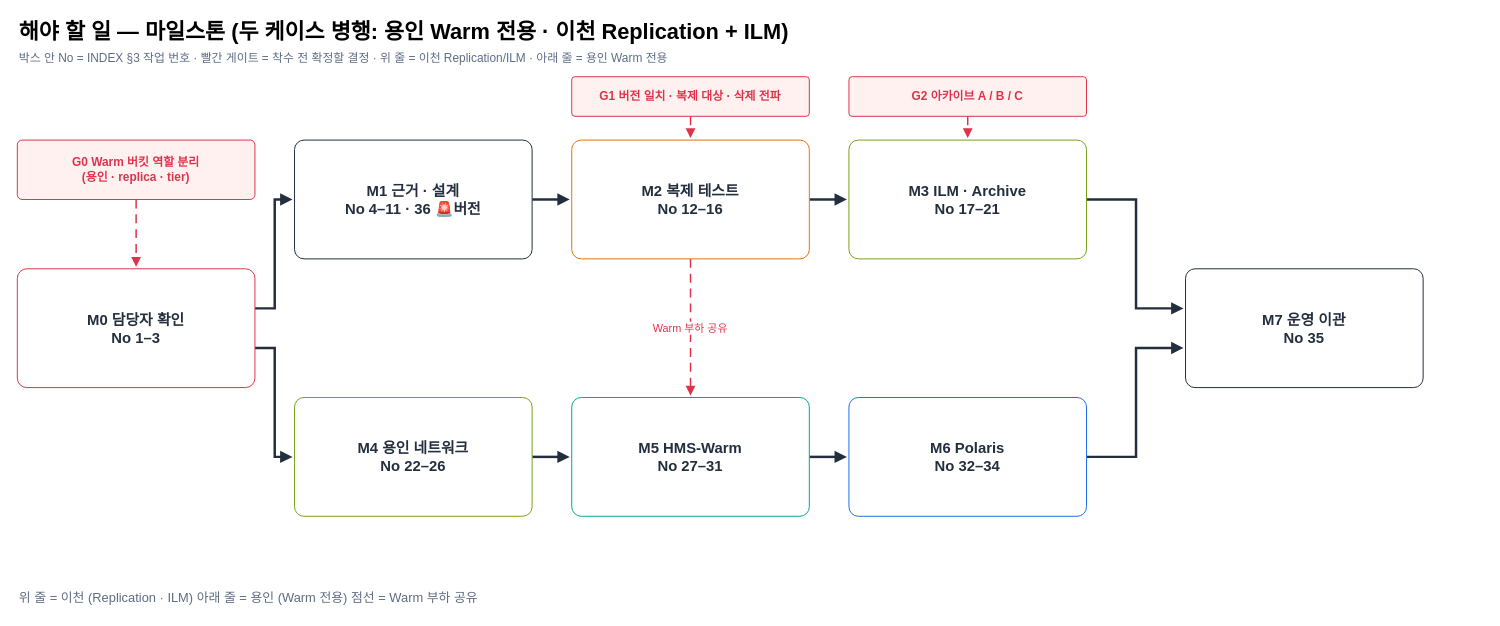
Above: docs/aistor-replication-review/diagrams/11-todo-milestones.drawio in kronenz/fluent-bit (draw.io), before the change. Source tidied: cells renumbered, new cells numbered last; positions are measured from the earlier drawing's top-left corner, leaving out a move shared by most shapes. Both pictures are drawn from the tidied source at 99%, with x=0, y=0 at pixel (17, 17).
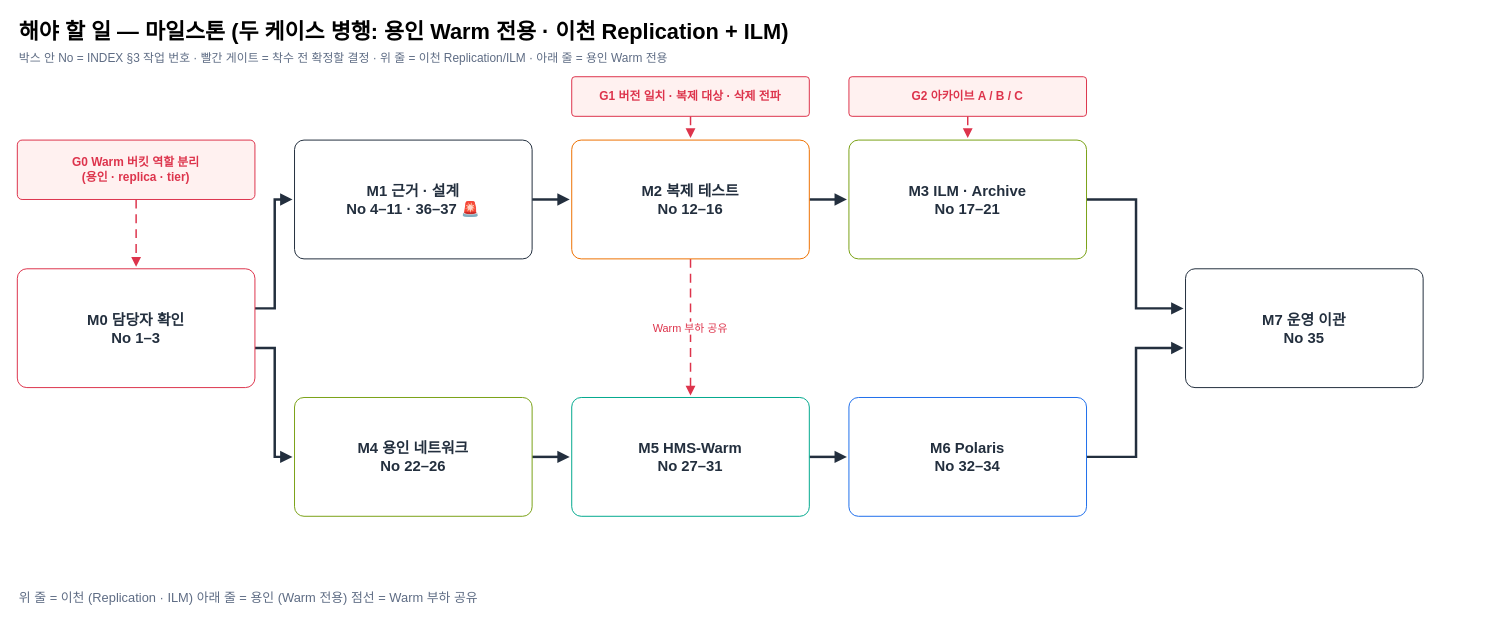
Above is the later version.

Diff of the diagram source:
```diff
@@
-    <mxCell id="15" value="M1 근거 · 설계&lt;br&gt;No 4–11 · 36 🚨버전" style="rounded=1;arcSize=8;whiteSpace=wrap;html=1;fillColor=#FFFFFF;strokeColor=#232F3E;fontSize=15;fontColor=#232F3E;fontStyle=1;align=center;spacing=6;" parent="1" vertex="1">
+    <mxCell id="15" value="M1 근거 · 설계&lt;br&gt;No 4–11 · 36–37 🚨" style="rounded=1;arcSize=8;whiteSpace=wrap;html=1;fillColor=#FFFFFF;strokeColor=#232F3E;fontSize=15;fontColor=#232F3E;fontStyle=1;align=center;spacing=6;" parent="1" vertex="1">
       <mxGeometry x="280" y="124" width="240" height="120" as="geometry" />
     </mxCell>
```
